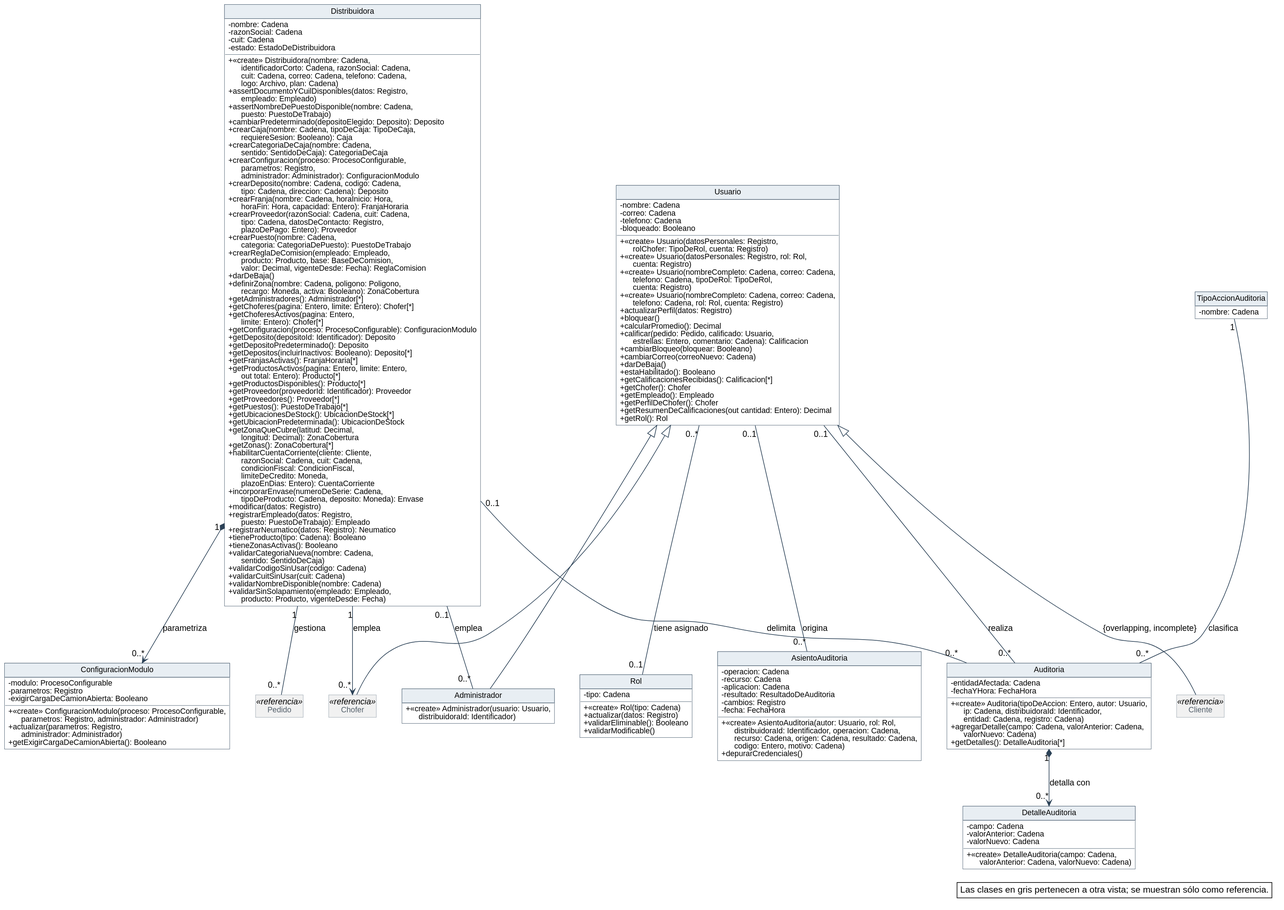
This is diagramas/clases-diseno/DC_Organizacion-y-acceso.svg from Nahuelito-Dev/splg-docs, a PlantUML export, as it was before one commit. The source it was exported from:
```plantuml
@startuml
skinparam backgroundColor #FFFFFF
skinparam shadowing false
skinparam defaultFontName Helvetica
skinparam defaultFontSize 13
skinparam dpi 150
skinparam nodesep 40
skinparam ranksep 55
skinparam classAttributeIconSize 0
skinparam roundCorner 0
skinparam genericDisplay old
skinparam class {
  BorderColor #2C4257
  BackgroundColor #FFFFFF
  ArrowColor #2C4257
  FontSize 14
  AttributeFontSize 12
  HeaderBackgroundColor #E8EEF3
}
skinparam class<<referencia>> {
  BackgroundColor #F1F1F1
  BorderColor #8A97A3
  FontColor #55616C
}
skinparam class<<fachada>> {
  HeaderBackgroundColor #D6E4F0
}
skinparam class<<controlador>> {
  HeaderBackgroundColor #D6E4F0
}
skinparam class<<fabricación pura>> {
  HeaderBackgroundColor #F3E9CF
}
skinparam class<<colección>> {
  HeaderBackgroundColor #E6E6E6
}
skinparam class<<adaptador>> {
  HeaderBackgroundColor #DCEBDD
}
skinparam interface {
  BorderColor #2C4257
  BackgroundColor #FFFFFF
  HeaderBackgroundColor #DCEBDD
  FontSize 14
  AttributeFontSize 12
}
skinparam note {
  BackgroundColor #FFFFFF
  BorderColor #2C4257
}
skinparam packageStyle rectangle
skinparam package {
  BorderColor #8A97A3
  FontSize 13
  FontColor #55616C
}
hide circle
hide empty members

class Distribuidora {
  - nombre: Cadena
  - razonSocial: Cadena
  - cuit: Cadena
  - estado: EstadoDeDistribuidora
  + «create» Distribuidora(nombre: Cadena,\n      identificadorCorto: Cadena, razonSocial: Cadena,\n      cuit: Cadena, correo: Cadena, telefono: Cadena,\n      logo: Archivo, plan: Cadena)
  + assertDocumentoYCuilDisponibles(datos: Registro,\n      empleado: Empleado)
  + assertNombreDePuestoDisponible(nombre: Cadena,\n      puesto: PuestoDeTrabajo)
  + cambiarPredeterminado(depositoElegido: Deposito): Deposito
  + crearCaja(nombre: Cadena, tipoDeCaja: TipoDeCaja,\n      requiereSesion: Booleano): Caja
  + crearCategoriaDeCaja(nombre: Cadena,\n      sentido: SentidoDeCaja): CategoriaDeCaja
  + crearConfiguracion(proceso: ProcesoConfigurable,\n      parametros: Registro,\n      administrador: Administrador): ConfiguracionModulo
  + crearDeposito(nombre: Cadena, codigo: Cadena,\n      tipo: Cadena, direccion: Cadena): Deposito
  + crearFranja(nombre: Cadena, horaInicio: Hora,\n      horaFin: Hora, capacidad: Entero): FranjaHoraria
  + crearProveedor(razonSocial: Cadena, cuit: Cadena,\n      tipo: Cadena, datosDeContacto: Registro,\n      plazoDePago: Entero): Proveedor
  + crearPuesto(nombre: Cadena,\n      categoria: CategoriaDePuesto): PuestoDeTrabajo
  + crearReglaDeComision(empleado: Empleado,\n      producto: Producto, base: BaseDeComision,\n      valor: Decimal, vigenteDesde: Fecha): ReglaComision
  + darDeBaja()
  + definirZona(nombre: Cadena, poligono: Poligono,\n      recargo: Moneda, activa: Booleano): ZonaCobertura
  + getAdministradores(): Administrador[*]
  + getChoferes(pagina: Entero, limite: Entero): Chofer[*]
  + getChoferesActivos(pagina: Entero,\n      limite: Entero): Chofer[*]
  + getConfiguracion(proceso: ProcesoConfigurable): ConfiguracionModulo
  + getDeposito(depositoId: Identificador): Deposito
  + getDepositoPredeterminado(): Deposito
  + getDepositos(incluirInactivos: Booleano): Deposito[*]
  + getFranjasActivas(): FranjaHoraria[*]
  + getProductosActivos(pagina: Entero, limite: Entero,\n      out total: Entero): Producto[*]
  + getProductosDisponibles(): Producto[*]
  + getProveedor(proveedorId: Identificador): Proveedor
  + getProveedores(): Proveedor[*]
  + getPuestos(): PuestoDeTrabajo[*]
  + getUbicacionesDeStock(): UbicacionDeStock[*]
  + getUbicacionPredeterminada(): UbicacionDeStock
  + getZonaQueCubre(latitud: Decimal,\n      longitud: Decimal): ZonaCobertura
  + getZonas(): ZonaCobertura[*]
  + habilitarCuentaCorriente(cliente: Cliente,\n      razonSocial: Cadena, cuit: Cadena,\n      condicionFiscal: CondicionFiscal,\n      limiteDeCredito: Moneda,\n      plazoEnDias: Entero): CuentaCorriente
  + incorporarEnvase(numeroDeSerie: Cadena,\n      tipoDeProducto: Cadena, deposito: Moneda): Envase
  + modificar(datos: Registro)
  + registrarEmpleado(datos: Registro,\n      puesto: PuestoDeTrabajo): Empleado
  + registrarNeumatico(datos: Registro): Neumatico
  + tieneProducto(tipo: Cadena): Booleano
  + tieneZonasActivas(): Booleano
  + validarCategoriaNueva(nombre: Cadena,\n      sentido: SentidoDeCaja)
  + validarCodigoSinUsar(codigo: Cadena)
  + validarCuitSinUsar(cuit: Cadena)
  + validarNombreDisponible(nombre: Cadena)
  + validarSinSolapamiento(empleado: Empleado,\n      producto: Producto, vigenteDesde: Fecha)
}
class ConfiguracionModulo {
  - modulo: ProcesoConfigurable
  - parametros: Registro
  - exigirCargaDeCamionAbierta: Booleano
  + «create» ConfiguracionModulo(proceso: ProcesoConfigurable,\n      parametros: Registro, administrador: Administrador)
  + actualizar(parametros: Registro,\n      administrador: Administrador)
  + getExigirCargaDeCamionAbierta(): Booleano
}
class Usuario {
  - nombre: Cadena
  - correo: Cadena
  - telefono: Cadena
  - bloqueado: Booleano
  + «create» Usuario(datosPersonales: Registro,\n      rolChofer: TipoDeRol, cuenta: Registro)
  + «create» Usuario(datosPersonales: Registro, rol: Rol,\n      cuenta: Registro)
  + «create» Usuario(nombreCompleto: Cadena, correo: Cadena,\n      telefono: Cadena, tipoDeRol: TipoDeRol,\n      cuenta: Registro)
  + «create» Usuario(nombreCompleto: Cadena, correo: Cadena,\n      telefono: Cadena, rol: Rol, cuenta: Registro)
  + actualizarPerfil(datos: Registro)
  + bloquear()
  + calcularPromedio(): Decimal
  + calificar(pedido: Pedido, calificado: Usuario,\n      estrellas: Entero, comentario: Cadena): Calificacion
  + cambiarBloqueo(bloquear: Booleano)
  + cambiarCorreo(correoNuevo: Cadena)
  + darDeBaja()
  + estaHabilitado(): Booleano
  + getCalificacionesRecibidas(): Calificacion[*]
  + getChofer(): Chofer
  + getEmpleado(): Empleado
  + getPerfilDeChofer(): Chofer
  + getResumenDeCalificaciones(out cantidad: Entero): Decimal
  + getRol(): Rol
}
class Rol {
  - tipo: Cadena
  + «create» Rol(tipo: Cadena)
  + actualizar(datos: Registro)
  + validarEliminable(): Booleano
  + validarModificable()
}
class Administrador {
  + «create» Administrador(usuario: Usuario,\n      distribuidoraId: Identificador)
}
class AsientoAuditoria {
  - operacion: Cadena
  - recurso: Cadena
  - aplicacion: Cadena
  - resultado: ResultadoDeAuditoria
  - cambios: Registro
  - fecha: FechaHora
  + «create» AsientoAuditoria(autor: Usuario, rol: Rol,\n      distribuidoraId: Identificador, operacion: Cadena,\n      recurso: Cadena, origen: Cadena, resultado: Cadena,\n      codigo: Entero, motivo: Cadena)
  + depurarCredenciales()
}
class Auditoria {
  - entidadAfectada: Cadena
  - fechaYHora: FechaHora
  + «create» Auditoria(tipoDeAccion: Entero, autor: Usuario,\n      ip: Cadena, distribuidoraId: Identificador,\n      entidad: Cadena, registro: Cadena)
  + agregarDetalle(campo: Cadena, valorAnterior: Cadena,\n      valorNuevo: Cadena)
  + getDetalles(): DetalleAuditoria[*]
}
class DetalleAuditoria {
  - campo: Cadena
  - valorAnterior: Cadena
  - valorNuevo: Cadena
  + «create» DetalleAuditoria(campo: Cadena,\n      valorAnterior: Cadena, valorNuevo: Cadena)
}
class TipoAccionAuditoria {
  - nombre: Cadena
}
class Cliente <<referencia>>
class Chofer <<referencia>>
class Pedido <<referencia>>

Usuario <|-- Cliente : {overlapping, incomplete}
Usuario <|-- Chofer
Usuario <|-- Administrador
Usuario "0..*" -- "0..1" Rol : tiene asignado
Distribuidora "1" --> "0..*" Chofer : emplea
Distribuidora "0..1" -- "0..*" Administrador : emplea
Distribuidora "1" -- "0..*" Pedido : gestiona
Distribuidora "1" *--> "0..*" ConfiguracionModulo : parametriza
Usuario "0..1" -- "0..*" AsientoAuditoria : origina
Usuario "0..1" -- "0..*" Auditoria : realiza
Distribuidora "0..1" -- "0..*" Auditoria : delimita
Auditoria "1" *--> "0..*" DetalleAuditoria : detalla con
TipoAccionAuditoria "1" -- "0..*" Auditoria : clasifica

legend bottom right
  Las clases en gris pertenecen a otra vista; se muestran sólo como referencia.
endlegend
@enduml
```
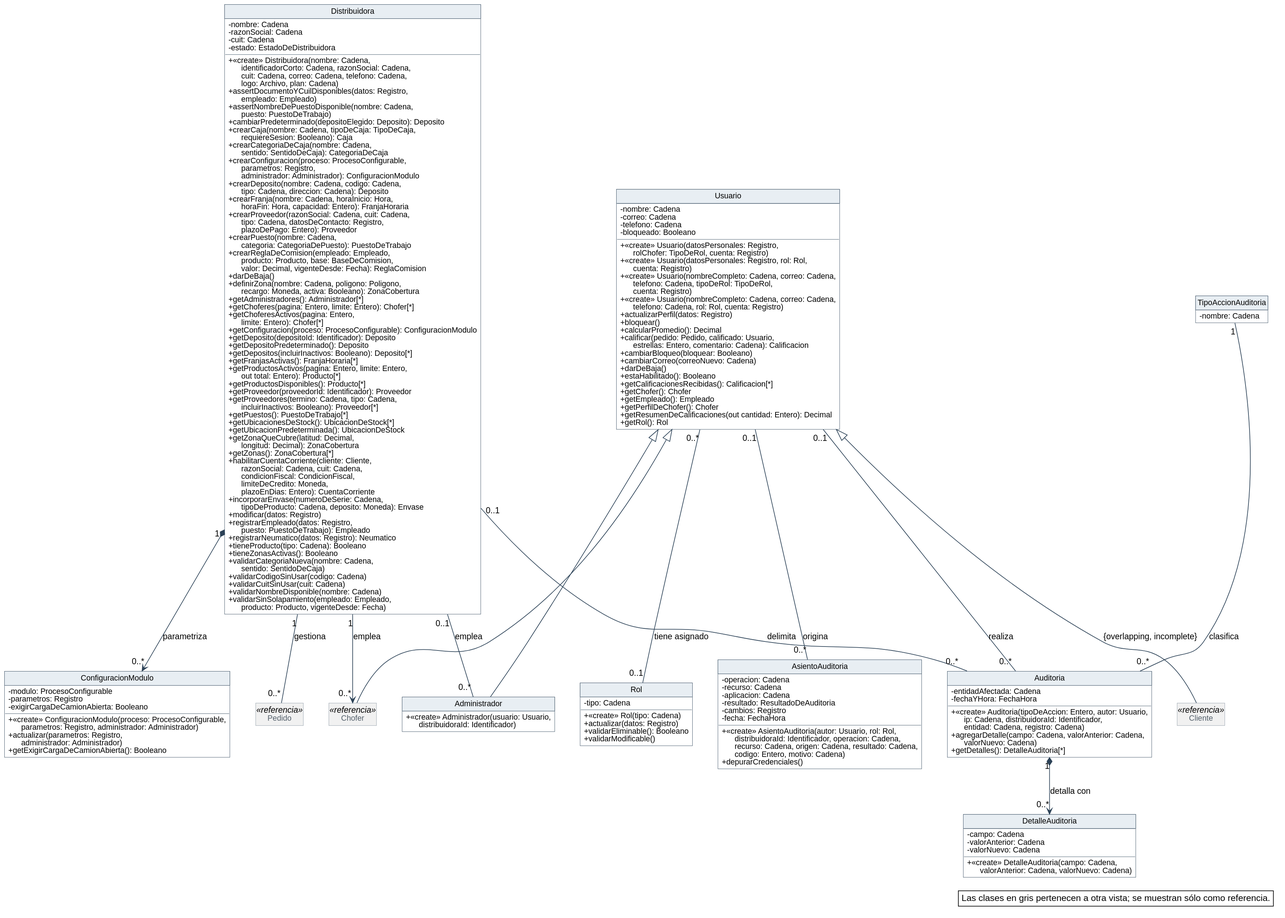
After the commit.

Diff of the diagram source:
```diff
@@ -87,7 +87,7 @@
   + getProductosActivos(pagina: Entero, limite: Entero,\n      out total: Entero): Producto[*]
   + getProductosDisponibles(): Producto[*]
   + getProveedor(proveedorId: Identificador): Proveedor
-  + getProveedores(): Proveedor[*]
+  + getProveedores(termino: Cadena, tipo: Cadena,\n      incluirInactivos: Booleano): Proveedor[*]
   + getPuestos(): PuestoDeTrabajo[*]
   + getUbicacionesDeStock(): UbicacionDeStock[*]
   + getUbicacionPredeterminada(): UbicacionDeStock
```
